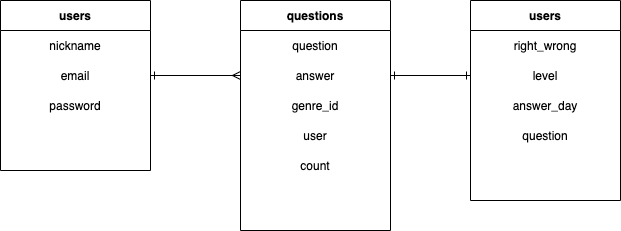
Earlier version of the draw.io export tango_next.drawio.png (mizukosy/tango-app). Source tidied: cells renumbered, new cells last; positions are measured from the earlier drawing's top-left corner, leaving out a move shared by most shapes.
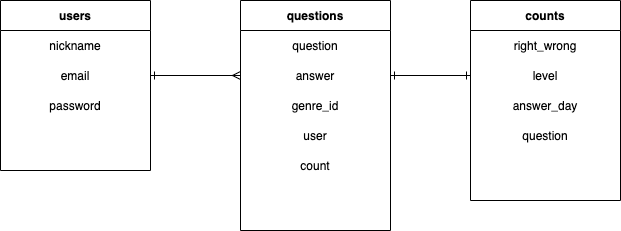
Later version of the same file.

Commit message:
テーブル設計図修正

Change to the diagram source:
```diff
@@ -23,7 +23,7 @@
     <mxCell id="8" value="password" style="shape=partialRectangle;html=1;whiteSpace=wrap;fillColor=none;top=0;left=0;bottom=0;right=0;overflow=hidden;" parent="7" vertex="1">
       <mxGeometry width="150" height="30" as="geometry" />
     </mxCell>
-    <mxCell id="9" value="users" style="shape=table;html=1;whiteSpace=wrap;startSize=30;rowLines=0;fontStyle=1;align=center;" parent="1" vertex="1">
+    <mxCell id="9" value="counts" style="shape=table;html=1;whiteSpace=wrap;startSize=30;rowLines=0;fontStyle=1;align=center;" parent="1" vertex="1">
       <mxGeometry x="470" width="150" height="200" as="geometry" />
     </mxCell>
     <mxCell id="10" style="shape=partialRectangle;html=1;whiteSpace=wrap;fillColor=none;top=0;left=0;bottom=0;right=0;" parent="9" vertex="1">
```
